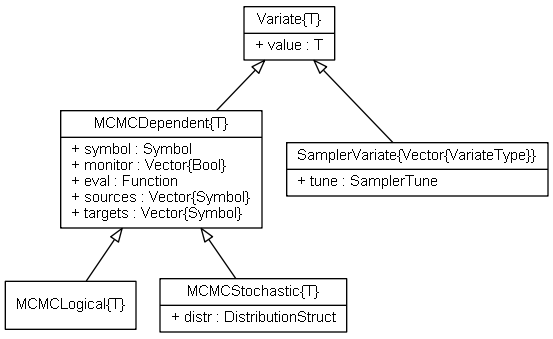
Above: doc/images/variateUML.png in brian-j-smith/Mamba.jl (Graphviz), before the change. Its source is kept beside it as doc/images/variateUML.dot.
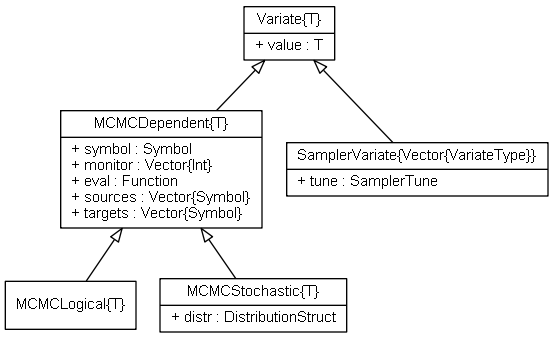
After the change.

Commit message:
Changed MCMCDependent 'monitor' field from boolean to integer vector.

What changed in the source:
```diff
@@ -8,7 +8,7 @@
 
 	Variate [label = "{Variate\{T\}|+ value : T\l}"]
 
-	MCMCDependent [label = "{MCMCDependent\{T\}|+ symbol : Symbol\l+ monitor : Vector\{Bool\}\l+ eval : Function\l+ sources : Vector\{Symbol\}\l+ targets : Vector\{Symbol\}\l}"]
+	MCMCDependent [label = "{MCMCDependent\{T\}|+ symbol : Symbol\l+ monitor : Vector\{Int\}\l+ eval : Function\l+ sources : Vector\{Symbol\}\l+ targets : Vector\{Symbol\}\l}"]
 
 	MCMCLogical [label = "{MCMCLogical\{T\}}"]
 
```
